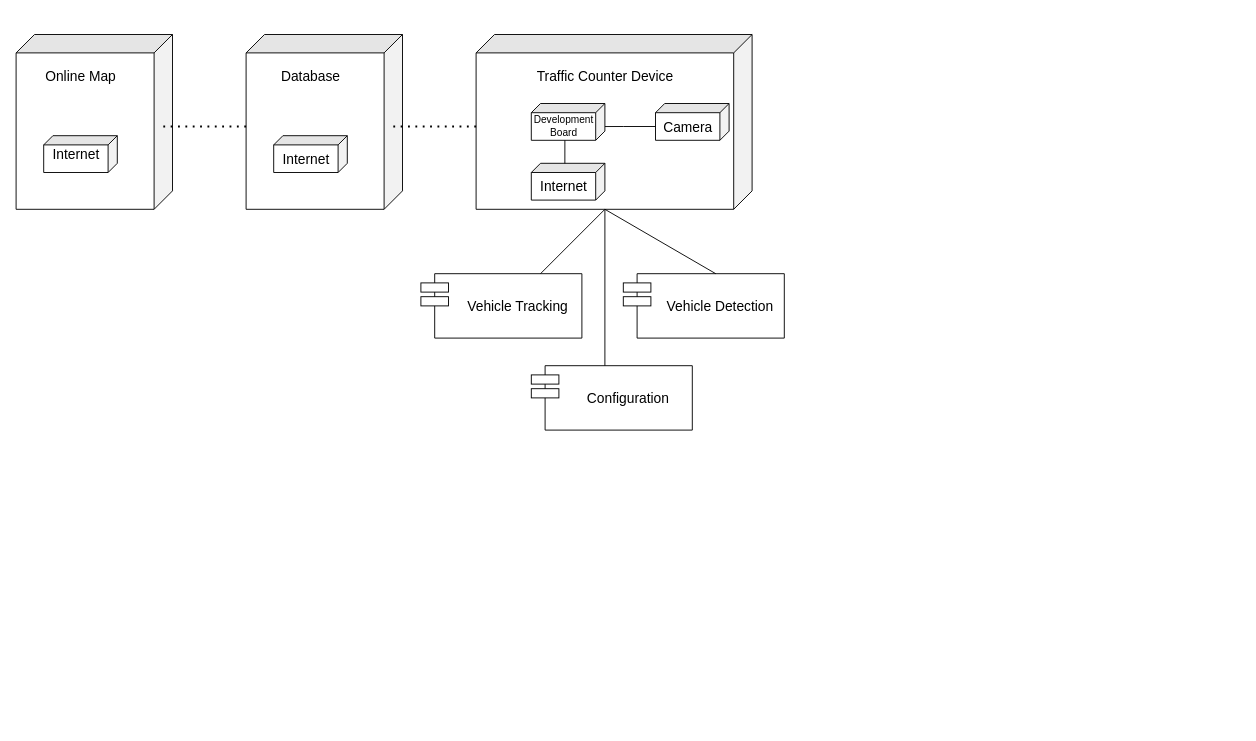
The draw.io diagram system_design.drawio in Jeff-Barlow-Spady/CSTC, before the edit. Source tidied: cells renumbered, new cells numbered last; positions are measured from the earlier drawing's top-left corner, leaving out a move shared by most shapes. Both pictures are drawn from the tidied source at 92%, with x=0, y=0 at pixel (6, -17). Pictures stored in the file or linked from it are replaced by grey dashed boxes.
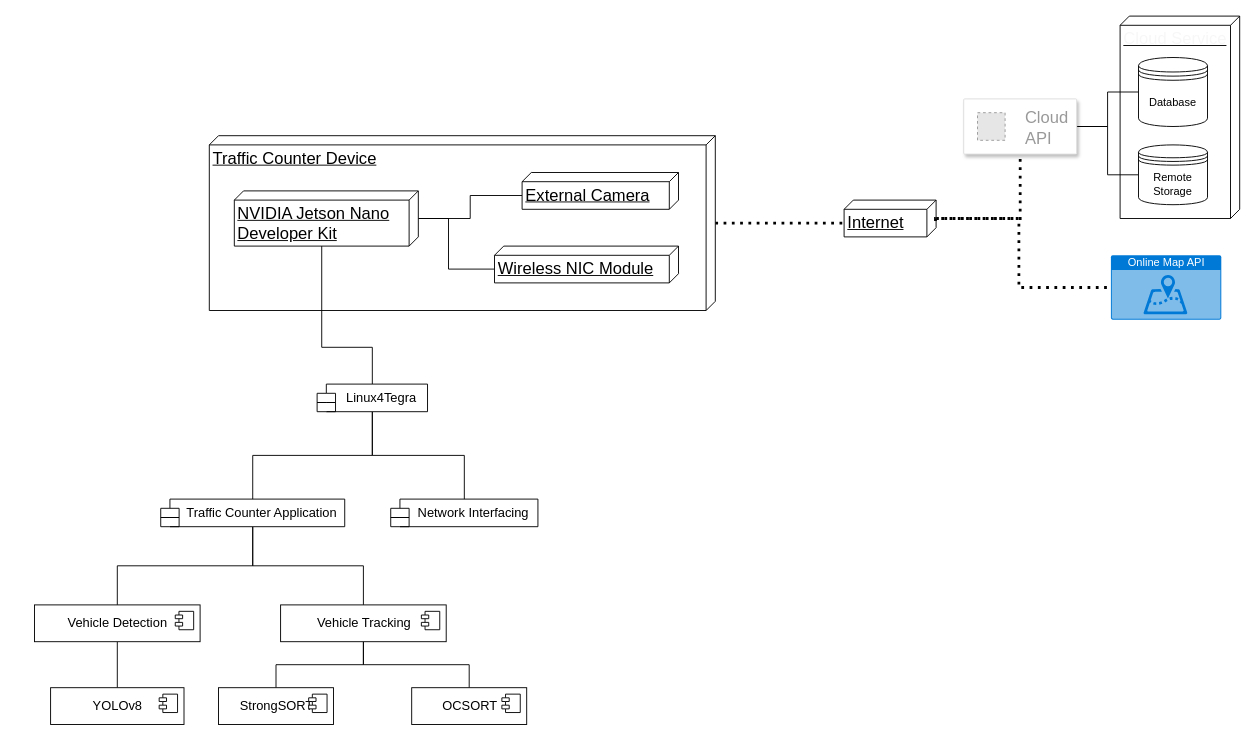
The same diagram, later.

The edit, as a diff of the source:
```diff
@@
-    <mxCell id="2" style="shape=cube;whiteSpace=wrap;html=1;boundedLbl=1;backgroundOutline=1;darkOpacity=0.05;darkOpacity2=0.1;rotation=90;" parent="1" vertex="1">
-      <mxGeometry y="65" width="190" height="170" as="geometry" />
-    </mxCell>
-    <mxCell id="3" style="shape=cube;whiteSpace=wrap;html=1;boundedLbl=1;backgroundOutline=1;darkOpacity=0.05;darkOpacity2=0.1;rotation=90;" parent="1" vertex="1">
-      <mxGeometry x="250" y="65" width="190" height="170" as="geometry" />
-    </mxCell>
-    <mxCell id="4" style="shape=cube;whiteSpace=wrap;html=1;boundedLbl=1;backgroundOutline=1;darkOpacity=0.05;darkOpacity2=0.1;rotation=90;" parent="1" vertex="1">
-      <mxGeometry x="565" width="190" height="300" as="geometry" />
-    </mxCell>
-    <mxCell id="5" style="endArrow=none;dashed=1;html=1;dashPattern=1 3;strokeWidth=2;rounded=0;" parent="1" edge="1">
-      <mxGeometry relative="1" as="geometry">
-        <mxPoint x="170" y="155" as="sourcePoint" />
-        <mxPoint x="260" y="155" as="targetPoint" />
-      </mxGeometry>
-    </mxCell>
-    <mxCell id="6" style="endArrow=none;dashed=1;html=1;dashPattern=1 3;strokeWidth=2;rounded=0;" parent="1" edge="1">
-      <mxGeometry relative="1" as="geometry">
-        <mxPoint x="420" y="155" as="sourcePoint" />
-        <mxPoint x="510" y="155" as="targetPoint" />
-      </mxGeometry>
-    </mxCell>
-    <mxCell id="7" value="&lt;font style=&quot;font-size: 15px;&quot;&gt;Online Map&lt;/font&gt;" style="text;html=1;align=center;verticalAlign=middle;strokeColor=none;fillColor=none;" parent="1" vertex="1">
-      <mxGeometry x="30" y="85" width="100" height="30" as="geometry" />
-    </mxCell>
+    <mxCell id="43" value="&lt;font color=&quot;#f7f7f7&quot;&gt;Cloud Service&lt;/font&gt;" style="verticalAlign=top;align=left;spacingTop=8;spacingLeft=2;spacingRight=12;shape=cube;size=10;direction=south;fontStyle=4;html=1;labelBackgroundColor=none;sketch=0;hachureGap=4;jiggle=2;curveFitting=1;fontFamily=Helvetica;fontSize=18;fontColor=none;fillColor=default;" parent="1" vertex="1">
+      <mxGeometry x="1210" y="35" width="130" height="220" as="geometry" />
+    </mxCell>
+    <mxCell id="44" style="edgeStyle=orthogonalEdgeStyle;rounded=0;sketch=0;hachureGap=4;jiggle=2;curveFitting=1;jettySize=auto;html=1;entryX=0;entryY=0;entryDx=25;entryDy=100;entryPerimeter=0;fontFamily=Helvetica;fontSize=18;fontColor=none;startArrow=none;startFill=0;endArrow=none;endFill=0;dashed=1;dashPattern=1 2;strokeWidth=3;" parent="1" edge="1" source="9" target="76">
+      <mxGeometry relative="1" as="geometry" />
+    </mxCell>
+    <mxCell id="9" value="&lt;font style=&quot;font-size: 18px;&quot;&gt;Traffic Counter Device&lt;/font&gt;" style="verticalAlign=top;align=left;spacingTop=8;spacingLeft=2;spacingRight=12;shape=cube;size=10;direction=south;fontStyle=4;html=1;sketch=0;hachureGap=4;jiggle=2;curveFitting=1;fontFamily=Helvetica;fontSize=14;fillColor=default;" parent="1" vertex="1">
+      <mxGeometry x="220" y="165" width="550" height="190" as="geometry" />
+    </mxCell>
+    <mxCell id="45" style="edgeStyle=orthogonalEdgeStyle;rounded=0;sketch=0;hachureGap=4;jiggle=2;curveFitting=1;jettySize=auto;html=1;entryX=1;entryY=0.5;entryDx=0;entryDy=0;strokeWidth=1;fontFamily=Helvetica;fontSize=18;fontColor=#F7F7F7;startArrow=none;startFill=0;endArrow=none;endFill=0;" parent="1" edge="1" source="8" target="57">
+      <mxGeometry relative="1" as="geometry" />
+    </mxCell>
-    <mxCell id="8" value="&lt;font style=&quot;font-size: 15px;&quot;&gt;Database&lt;/font&gt;" style="text;html=1;align=center;verticalAlign=middle;points=[];strokeColor=none;fillColor=none;" parent="1" vertex="1">
-      <mxGeometry x="285" y="85" width="90" height="30" as="geometry" />
+    <mxCell id="8" value="Database" style="shape=datastore;whiteSpace=wrap;html=1;sketch=0;hachureGap=4;jiggle=2;curveFitting=1;fontFamily=Helvetica;fontSize=12;fillColor=default;" parent="1" vertex="1">
+      <mxGeometry x="1230" y="80" width="75" height="75" as="geometry" />
     </mxCell>
-    <mxCell id="9" value="&lt;span style=&quot;font-size: 15px;&quot;&gt;Traffic Counter Device&lt;/span&gt;" style="text;html=1;align=center;verticalAlign=middle;points=[];strokeColor=none;fillColor=none;" parent="1" vertex="1">
-      <mxGeometry x="565" y="85" width="170" height="30" as="geometry" />
-    </mxCell>
-    <mxCell id="10" style="shape=cube;whiteSpace=wrap;html=1;boundedLbl=1;backgroundOutline=1;darkOpacity=0.05;darkOpacity2=0.1;fontSize=15;rotation=90;size=10;" parent="1" vertex="1">
-      <mxGeometry x="60" y="145" width="40" height="80" as="geometry" />
-    </mxCell>
-    <mxCell id="11" style="shape=cube;whiteSpace=wrap;html=1;boundedLbl=1;backgroundOutline=1;darkOpacity=0.05;darkOpacity2=0.1;fontSize=15;rotation=90;size=10;" parent="1" vertex="1">
-      <mxGeometry x="310" y="145" width="40" height="80" as="geometry" />
-    </mxCell>
-    <mxCell id="12" value="Internet" style="text;html=1;align=center;verticalAlign=middle;strokeColor=none;fillColor=none;fontSize=15;" parent="1" vertex="1">
-      <mxGeometry x="40" y="170" width="70" height="30" as="geometry" />
-    </mxCell>
-    <mxCell id="13" value="Internet" style="text;html=1;align=center;verticalAlign=middle;strokeColor=none;fillColor=none;fontSize=15;" parent="1" vertex="1">
-      <mxGeometry x="290" y="175" width="70" height="30" as="geometry" />
-    </mxCell>
-    <mxCell id="14" style="group;" parent="1" vertex="1">
-      <mxGeometry x="570" y="195" width="80" height="40" as="geometry" />
-    </mxCell>
-    <mxCell id="15" style="shape=cube;whiteSpace=wrap;html=1;boundedLbl=1;backgroundOutline=1;darkOpacity=0.05;darkOpacity2=0.1;fontSize=15;rotation=90;size=10;" parent="14" vertex="1">
-      <mxGeometry x="20" y="-20" width="40" height="80" as="geometry" />
-    </mxCell>
-    <mxCell id="16" value="Internet" style="text;html=1;align=center;verticalAlign=middle;strokeColor=none;fillColor=none;fontSize=15;" parent="14" vertex="1">
-      <mxGeometry y="10" width="70" height="30" as="geometry" />
-    </mxCell>
-    <mxCell id="17" style="group;" parent="1" vertex="1">
-      <mxGeometry x="560" y="130" width="90" height="45" as="geometry" />
-    </mxCell>
-    <mxCell id="18" style="shape=cube;whiteSpace=wrap;html=1;boundedLbl=1;backgroundOutline=1;darkOpacity=0.05;darkOpacity2=0.1;fontSize=15;rotation=90;size=10;" parent="17" vertex="1">
-      <mxGeometry x="30" y="-20" width="40" height="80" as="geometry" />
-    </mxCell>
-    <mxCell id="19" value="Development&lt;br style=&quot;font-size: 11px;&quot;&gt;Board" style="text;html=1;align=center;verticalAlign=middle;points=[];strokeColor=none;fillColor=none;fontSize=11;" parent="17" vertex="1">
-      <mxGeometry y="5" width="90" height="40" as="geometry" />
-    </mxCell>
-    <mxCell id="20" style="group;" parent="1" vertex="1">
-      <mxGeometry x="700" y="130" width="85" height="40" as="geometry" />
-    </mxCell>
-    <mxCell id="21" style="shape=cube;whiteSpace=wrap;html=1;boundedLbl=1;backgroundOutline=1;darkOpacity=0.05;darkOpacity2=0.1;fontSize=15;rotation=90;size=10;" parent="20" vertex="1">
-      <mxGeometry x="25" y="-20" width="40" height="80" as="geometry" />
-    </mxCell>
-    <mxCell id="22" value="Camera" style="text;html=1;align=center;verticalAlign=middle;strokeColor=none;fillColor=none;fontSize=15;" parent="20" vertex="1">
-      <mxGeometry y="10" width="80" height="30" as="geometry" />
-    </mxCell>
-    <mxCell id="23" style="endArrow=none;html=1;rounded=0;fontSize=15;exitX=1.001;exitY=0.501;exitDx=0;exitDy=0;exitPerimeter=0;entryX=0;entryY=0;entryDx=25;entryDy=80;entryPerimeter=0;" parent="1" edge="1" source="19" target="21">
-      <mxGeometry relative="1" as="geometry">
-        <Array as="points">
-          <mxPoint x="670" y="155" />
-        </Array>
-      </mxGeometry>
-    </mxCell>
-    <mxCell id="24" style="endArrow=none;html=1;rounded=0;fontSize=15;exitX=0.003;exitY=0.544;exitDx=0;exitDy=0;exitPerimeter=0;" parent="1" edge="1" source="15">
-      <mxGeometry relative="1" as="geometry">
-        <mxPoint x="606.5" y="170" as="targetPoint" />
-      </mxGeometry>
-    </mxCell>
-    <mxCell id="25" style="endArrow=none;html=1;rounded=0;fontSize=15;" parent="1" edge="1">
-      <mxGeometry relative="1" as="geometry">
-        <mxPoint x="650" y="415" as="sourcePoint" />
-        <mxPoint x="650" y="245" as="targetPoint" />
-      </mxGeometry>
-    </mxCell>
-    <mxCell id="26" style="group;" parent="1" vertex="1">
-      <mxGeometry x="670" y="315" width="175" height="70" as="geometry" />
-    </mxCell>
-    <mxCell id="27" style="swimlane;startSize=0;fontSize=15;" parent="26" vertex="1">
-      <mxGeometry x="15" width="160" height="70" as="geometry" />
-    </mxCell>
+    <mxCell id="46" style="edgeStyle=orthogonalEdgeStyle;rounded=0;sketch=0;hachureGap=4;jiggle=2;curveFitting=1;jettySize=auto;html=1;entryX=1;entryY=0.5;entryDx=0;entryDy=0;strokeWidth=1;fontFamily=Helvetica;fontSize=18;fontColor=#F7F7F7;startArrow=none;startFill=0;endArrow=none;endFill=0;" parent="1" edge="1" source="47" target="57">
+      <mxGeometry relative="1" as="geometry" />
+    </mxCell>
+    <mxCell id="47" value="Remote Storage" style="shape=datastore;whiteSpace=wrap;html=1;sketch=0;hachureGap=4;jiggle=2;curveFitting=1;fontFamily=Helvetica;fontSize=12;fillColor=default;" parent="1" vertex="1">
+      <mxGeometry x="1230" y="175" width="75" height="65" as="geometry" />
+    </mxCell>
+    <mxCell id="48" style="edgeStyle=orthogonalEdgeStyle;rounded=0;sketch=0;hachureGap=4;jiggle=2;curveFitting=1;jettySize=auto;html=1;entryX=0;entryY=0;entryDx=25;entryDy=170;entryPerimeter=0;fontFamily=Helvetica;fontSize=18;startArrow=none;startFill=0;endArrow=none;endFill=0;" parent="1" edge="1" source="50" target="55">
+      <mxGeometry relative="1" as="geometry" />
+    </mxCell>
+    <mxCell id="49" style="edgeStyle=orthogonalEdgeStyle;rounded=0;sketch=0;hachureGap=4;jiggle=2;curveFitting=1;jettySize=auto;html=1;entryX=0;entryY=0;entryDx=25;entryDy=200;entryPerimeter=0;fontFamily=Helvetica;fontSize=18;startArrow=none;startFill=0;endArrow=none;endFill=0;" parent="1" edge="1" source="50" target="59">
+      <mxGeometry relative="1" as="geometry">
+        <Array as="points">
+          <mxPoint x="480" y="255" />
+          <mxPoint x="480" y="310" />
+        </Array>
+      </mxGeometry>
+    </mxCell>
+    <mxCell id="50" value="NVIDIA Jetson Nano &lt;br&gt;Developer Kit" style="verticalAlign=top;align=left;spacingTop=8;spacingLeft=2;spacingRight=12;shape=cube;size=10;direction=south;fontStyle=4;html=1;sketch=0;hachureGap=4;jiggle=2;curveFitting=1;fontFamily=Helvetica;fontSize=18;fillColor=default;" parent="1" vertex="1">
+      <mxGeometry x="247.2" y="225" width="200" height="60" as="geometry" />
+    </mxCell>
+    <mxCell id="51" value="Network Interfacing" style="shape=module;align=left;spacingLeft=20;align=center;verticalAlign=top;hachureGap=4;fontFamily=Helvetica;fontSize=14;" parent="1" vertex="1">
+      <mxGeometry x="417.2" y="560" width="160" height="30" as="geometry" />
+    </mxCell>
+    <mxCell id="52" style="edgeStyle=orthogonalEdgeStyle;rounded=0;sketch=0;hachureGap=4;jiggle=2;curveFitting=1;jettySize=auto;html=1;fontFamily=Helvetica;fontSize=14;startArrow=none;startFill=0;endArrow=none;endFill=0;" parent="1" edge="1" source="54" target="28">
+      <mxGeometry relative="1" as="geometry" />
+    </mxCell>
+    <mxCell id="53" style="edgeStyle=orthogonalEdgeStyle;rounded=0;sketch=0;hachureGap=4;jiggle=2;curveFitting=1;jettySize=auto;html=1;entryX=0.5;entryY=0;entryDx=0;entryDy=0;fontFamily=Helvetica;fontSize=14;startArrow=none;startFill=0;endArrow=none;endFill=0;" parent="1" edge="1" source="54" target="33">
+      <mxGeometry relative="1" as="geometry" />
+    </mxCell>
+    <mxCell id="54" value="Traffic Counter Application" style="shape=module;align=left;spacingLeft=20;align=center;verticalAlign=top;hachureGap=4;fontFamily=Helvetica;fontSize=14;" parent="1" vertex="1">
+      <mxGeometry x="167.2" y="560" width="200" height="30" as="geometry" />
+    </mxCell>
+    <mxCell id="55" value="External Camera" style="verticalAlign=top;align=left;spacingTop=8;spacingLeft=2;spacingRight=12;shape=cube;size=10;direction=south;fontStyle=4;html=1;sketch=0;hachureGap=4;jiggle=2;curveFitting=1;fontFamily=Helvetica;fontSize=18;fillColor=default;" parent="1" vertex="1">
+      <mxGeometry x="560" y="205" width="170" height="40" as="geometry" />
+    </mxCell>
+    <mxCell id="56" value="Online Map API" style="html=1;strokeColor=none;fillColor=#0079D6;labelPosition=center;verticalLabelPosition=middle;verticalAlign=top;align=center;fontSize=12;outlineConnect=0;spacingTop=-6;fontColor=#FFFFFF;sketch=0;shape=mxgraph.sitemap.map;hachureGap=4;jiggle=2;curveFitting=1;fontFamily=Helvetica;" parent="1" vertex="1">
+      <mxGeometry x="1200" y="295" width="120" height="70" as="geometry" />
+    </mxCell>
+    <mxCell id="57" style="strokeColor=#dddddd;shadow=1;strokeWidth=1;rounded=1;absoluteArcSize=1;arcSize=2;sketch=0;hachureGap=4;jiggle=2;curveFitting=1;fontFamily=Helvetica;fontSize=18;fillColor=default;labelBackgroundColor=none;fontColor=none;noLabel=1;" parent="1" vertex="1">
+      <mxGeometry x="1040" y="125" width="122.8" height="60" as="geometry" />
+    </mxCell>
+    <mxCell id="58" value="Cloud&#10;API" style="fillColor=#E6E6E6;strokeColor=#999999;dashed=1;fontColor=#999999;verticalLabelPosition=middle;labelBackgroundColor=none;verticalAlign=middle;labelPosition=right;align=left;spacingLeft=20;fontFamily=Helvetica;fontSize=18;" parent="57" vertex="1">
+      <mxGeometry width="30" height="30" relative="1" as="geometry">
+        <mxPoint x="15" y="15" as="offset" />
+      </mxGeometry>
+    </mxCell>
+    <mxCell id="59" value="Wireless NIC Module" style="verticalAlign=top;align=left;spacingTop=8;spacingLeft=2;spacingRight=12;shape=cube;size=10;direction=south;fontStyle=4;html=1;sketch=0;hachureGap=4;jiggle=2;curveFitting=1;fontFamily=Helvetica;fontSize=18;fillColor=default;" parent="1" vertex="1">
+      <mxGeometry x="530" y="285" width="200" height="40" as="geometry" />
+    </mxCell>
+    <mxCell id="60" style="edgeStyle=orthogonalEdgeStyle;rounded=0;sketch=0;hachureGap=4;jiggle=2;curveFitting=1;jettySize=auto;html=1;entryX=0.5;entryY=0;entryDx=0;entryDy=0;fontFamily=Helvetica;fontSize=18;startArrow=none;startFill=0;endArrow=none;endFill=0;" parent="1" edge="1" source="63" target="54">
+      <mxGeometry relative="1" as="geometry" />
+    </mxCell>
+    <mxCell id="61" style="edgeStyle=orthogonalEdgeStyle;rounded=0;sketch=0;hachureGap=4;jiggle=2;curveFitting=1;jettySize=auto;html=1;fontFamily=Helvetica;fontSize=18;startArrow=none;startFill=0;endArrow=none;endFill=0;" parent="1" edge="1" source="63" target="51">
+      <mxGeometry relative="1" as="geometry" />
+    </mxCell>
+    <mxCell id="62" style="edgeStyle=orthogonalEdgeStyle;rounded=0;sketch=0;hachureGap=4;jiggle=2;curveFitting=1;jettySize=auto;html=1;entryX=0;entryY=0;entryDx=60;entryDy=105;entryPerimeter=0;fontFamily=Helvetica;fontSize=18;startArrow=none;startFill=0;endArrow=none;endFill=0;" parent="1" edge="1" source="63" target="50">
+      <mxGeometry relative="1" as="geometry">
+        <Array as="points">
+          <mxPoint x="397" y="395" />
+          <mxPoint x="342" y="395" />
+        </Array>
+      </mxGeometry>
+    </mxCell>
+    <mxCell id="63" value="Linux4Tegra" style="shape=module;align=left;spacingLeft=20;align=center;verticalAlign=top;sketch=0;hachureGap=4;jiggle=2;curveFitting=1;fontFamily=Helvetica;fontSize=14;fillColor=default;" parent="1" vertex="1">
+      <mxGeometry x="337.2" y="435" width="120" height="30" as="geometry" />
+    </mxCell>
+    <mxCell id="64" style="edgeStyle=orthogonalEdgeStyle;rounded=0;sketch=0;hachureGap=4;jiggle=2;curveFitting=1;jettySize=auto;html=1;entryX=0.5;entryY=0;entryDx=0;entryDy=0;fontFamily=Helvetica;fontSize=14;startArrow=none;startFill=0;endArrow=none;endFill=0;" parent="1" edge="1" source="28" target="66">
+      <mxGeometry relative="1" as="geometry" />
+    </mxCell>
-    <mxCell id="28" value="Vehicle Detection" style="text;html=1;align=center;verticalAlign=middle;points=[];strokeColor=none;fillColor=none;fontSize=15;" parent="27" vertex="1">
-      <mxGeometry x="20" y="20" width="140" height="30" as="geometry" />
+    <mxCell id="28" value="&lt;font style=&quot;font-size: 14px;&quot;&gt;Vehicle Detection&lt;/font&gt;" style="html=1;sketch=0;hachureGap=4;jiggle=2;curveFitting=1;fontFamily=Helvetica;fontSize=14;fillColor=default;" parent="1" vertex="1">
+      <mxGeometry x="30" y="675" width="180" height="40" as="geometry" />
     </mxCell>
-    <mxCell id="29" style="rounded=0;whiteSpace=wrap;html=1;fontSize=15;" parent="26" vertex="1">
-      <mxGeometry y="10" width="30" height="10" as="geometry" />
-    </mxCell>
-    <mxCell id="30" style="rounded=0;whiteSpace=wrap;html=1;fontSize=15;" parent="26" vertex="1">
-      <mxGeometry y="25" width="30" height="10" as="geometry" />
-    </mxCell>
-    <mxCell id="31" style="group;" parent="1" vertex="1">
-      <mxGeometry x="450" y="315" width="175" height="70" as="geometry" />
-    </mxCell>
-    <mxCell id="32" style="swimlane;startSize=0;fontSize=15;" parent="31" vertex="1">
-      <mxGeometry x="15" width="160" height="70" as="geometry" />
-    </mxCell>
+    <mxCell id="65" style="shape=module;jettyWidth=8;jettyHeight=4;sketch=0;hachureGap=4;jiggle=2;curveFitting=1;fontFamily=Helvetica;fontSize=18;fillColor=default;" parent="28" vertex="1">
+      <mxGeometry x="1" width="20" height="20" relative="1" as="geometry">
+        <mxPoint x="-27" y="7" as="offset" />
+      </mxGeometry>
+    </mxCell>
+    <mxCell id="66" value="YOLOv8" style="html=1;sketch=0;hachureGap=4;jiggle=2;curveFitting=1;fontFamily=Helvetica;fontSize=14;fillColor=default;" parent="1" vertex="1">
+      <mxGeometry x="47.5" y="765" width="145" height="40" as="geometry" />
+    </mxCell>
+    <mxCell id="67" style="shape=module;jettyWidth=8;jettyHeight=4;sketch=0;hachureGap=4;jiggle=2;curveFitting=1;fontFamily=Helvetica;fontSize=14;fillColor=default;" parent="66" vertex="1">
+      <mxGeometry x="1" width="20" height="20" relative="1" as="geometry">
+        <mxPoint x="-27" y="7" as="offset" />
+      </mxGeometry>
+    </mxCell>
+    <mxCell id="68" style="edgeStyle=orthogonalEdgeStyle;rounded=0;sketch=0;hachureGap=4;jiggle=2;curveFitting=1;jettySize=auto;html=1;entryX=0.5;entryY=0;entryDx=0;entryDy=0;fontFamily=Helvetica;fontSize=14;startArrow=none;startFill=0;endArrow=none;endFill=0;" parent="1" edge="1" source="33" target="73">
+      <mxGeometry relative="1" as="geometry" />
+    </mxCell>
+    <mxCell id="69" style="edgeStyle=orthogonalEdgeStyle;rounded=0;sketch=0;hachureGap=4;jiggle=2;curveFitting=1;jettySize=auto;html=1;fontFamily=Helvetica;fontSize=14;startArrow=none;startFill=0;endArrow=none;endFill=0;" parent="1" edge="1" source="33" target="71">
+      <mxGeometry relative="1" as="geometry" />
+    </mxCell>
-    <mxCell id="33" value="Vehicle Tracking" style="text;html=1;align=center;verticalAlign=middle;points=[];strokeColor=none;fillColor=none;fontSize=15;" parent="32" vertex="1">
-      <mxGeometry x="25" y="20" width="130" height="30" as="geometry" />
+    <mxCell id="33" value="&lt;font style=&quot;font-size: 14px;&quot;&gt;Vehicle Tracking&lt;/font&gt;" style="html=1;sketch=0;hachureGap=4;jiggle=2;curveFitting=1;fontFamily=Helvetica;fontSize=14;fillColor=default;" parent="1" vertex="1">
+      <mxGeometry x="297.5" y="675" width="180" height="40" as="geometry" />
     </mxCell>
-    <mxCell id="34" style="rounded=0;whiteSpace=wrap;html=1;fontSize=15;" parent="31" vertex="1">
-      <mxGeometry y="10" width="30" height="10" as="geometry" />
-    </mxCell>
-    <mxCell id="35" style="rounded=0;whiteSpace=wrap;html=1;fontSize=15;" parent="31" vertex="1">
-      <mxGeometry y="25" width="30" height="10" as="geometry" />
-    </mxCell>
-    <mxCell id="36" style="group;" parent="1" vertex="1">
-      <mxGeometry x="570" y="415" width="175" height="70" as="geometry" />
-    </mxCell>
-    <mxCell id="37" style="swimlane;startSize=0;fontSize=15;" parent="36" vertex="1">
-      <mxGeometry x="15" width="160" height="70" as="geometry" />
-    </mxCell>
-    <mxCell id="38" value="Configuration" style="text;html=1;align=center;verticalAlign=middle;strokeColor=none;fillColor=none;fontSize=15;" parent="37" vertex="1">
-      <mxGeometry x="35" y="20" width="110" height="30" as="geometry" />
-    </mxCell>
-    <mxCell id="39" style="rounded=0;whiteSpace=wrap;html=1;fontSize=15;" parent="36" vertex="1">
-      <mxGeometry y="10" width="30" height="10" as="geometry" />
-    </mxCell>
-    <mxCell id="40" style="rounded=0;whiteSpace=wrap;html=1;fontSize=15;" parent="36" vertex="1">
-      <mxGeometry y="25" width="30" height="10" as="geometry" />
-    </mxCell>
-    <mxCell id="41" style="endArrow=none;html=1;rounded=0;fontSize=15;" parent="1" edge="1">
-      <mxGeometry relative="1" as="geometry">
-        <mxPoint x="580" y="315" as="sourcePoint" />
-        <mxPoint x="650" y="245" as="targetPoint" />
-      </mxGeometry>
-    </mxCell>
-    <mxCell id="42" style="endArrow=none;html=1;rounded=0;fontSize=15;entryX=0;entryY=0;entryDx=190;entryDy=160;entryPerimeter=0;exitX=0.535;exitY=0.001;exitDx=0;exitDy=0;exitPerimeter=0;" parent="1" edge="1" source="27" target="4">
-      <mxGeometry relative="1" as="geometry" />
-    </mxCell>
+    <mxCell id="70" style="shape=module;jettyWidth=8;jettyHeight=4;sketch=0;hachureGap=4;jiggle=2;curveFitting=1;fontFamily=Helvetica;fontSize=18;fillColor=default;" parent="33" vertex="1">
+      <mxGeometry x="1" width="20" height="20" relative="1" as="geometry">
+        <mxPoint x="-27" y="7" as="offset" />
+      </mxGeometry>
+    </mxCell>
+    <mxCell id="71" value="OCSORT" style="html=1;sketch=0;hachureGap=4;jiggle=2;curveFitting=1;fontFamily=Helvetica;fontSize=14;fillColor=default;" parent="1" vertex="1">
+      <mxGeometry x="440" y="765" width="125" height="40" as="geometry" />
+    </mxCell>
+    <mxCell id="72" style="shape=module;jettyWidth=8;jettyHeight=4;sketch=0;hachureGap=4;jiggle=2;curveFitting=1;fontFamily=Helvetica;fontSize=14;fillColor=default;" parent="71" vertex="1">
+      <mxGeometry x="1" width="20" height="20" relative="1" as="geometry">
+        <mxPoint x="-27" y="7" as="offset" />
+      </mxGeometry>
+    </mxCell>
+    <mxCell id="73" value="StrongSORT" style="html=1;sketch=0;hachureGap=4;jiggle=2;curveFitting=1;fontFamily=Helvetica;fontSize=14;fillColor=default;" parent="1" vertex="1">
+      <mxGeometry x="230" y="765" width="125" height="40" as="geometry" />
+    </mxCell>
+    <mxCell id="74" style="shape=module;jettyWidth=8;jettyHeight=4;sketch=0;hachureGap=4;jiggle=2;curveFitting=1;fontFamily=Helvetica;fontSize=14;fillColor=default;" parent="73" vertex="1">
+      <mxGeometry x="1" width="20" height="20" relative="1" as="geometry">
+        <mxPoint x="-27" y="7" as="offset" />
+      </mxGeometry>
+    </mxCell>
+    <mxCell id="75" style="edgeStyle=orthogonalEdgeStyle;rounded=0;sketch=0;hachureGap=4;jiggle=2;curveFitting=1;jettySize=auto;html=1;dashed=1;dashPattern=1 2;strokeWidth=3;fontFamily=Helvetica;fontSize=18;fontColor=#F7F7F7;startArrow=none;startFill=0;endArrow=none;endFill=0;" parent="1" edge="1" source="76" target="57">
+      <mxGeometry relative="1" as="geometry" />
+    </mxCell>
+    <mxCell id="76" value="Internet" style="verticalAlign=top;align=left;spacingTop=8;spacingLeft=2;spacingRight=12;shape=cube;size=10;direction=south;fontStyle=4;html=1;sketch=0;hachureGap=4;jiggle=2;curveFitting=1;fontFamily=Helvetica;fontSize=18;fillColor=default;" parent="1" vertex="1">
+      <mxGeometry x="910" y="235" width="100" height="40" as="geometry" />
+    </mxCell>
+    <mxCell id="77" style="edgeStyle=orthogonalEdgeStyle;rounded=0;sketch=0;hachureGap=4;jiggle=2;curveFitting=1;jettySize=auto;html=1;dashed=1;dashPattern=1 2;strokeWidth=3;fontFamily=Helvetica;fontSize=18;fontColor=#F7F7F7;startArrow=none;startFill=0;endArrow=none;endFill=0;entryX=0;entryY=0.5;entryDx=0;entryDy=0;entryPerimeter=0;exitX=0.567;exitY=0.007;exitDx=0;exitDy=0;exitPerimeter=0;" parent="1" edge="1" source="76" target="56">
+      <mxGeometry relative="1" as="geometry">
+        <Array as="points">
+          <mxPoint x="1009" y="255" />
+          <mxPoint x="1100" y="255" />
+          <mxPoint x="1100" y="330" />
+        </Array>
+      </mxGeometry>
+    </mxCell>
```
